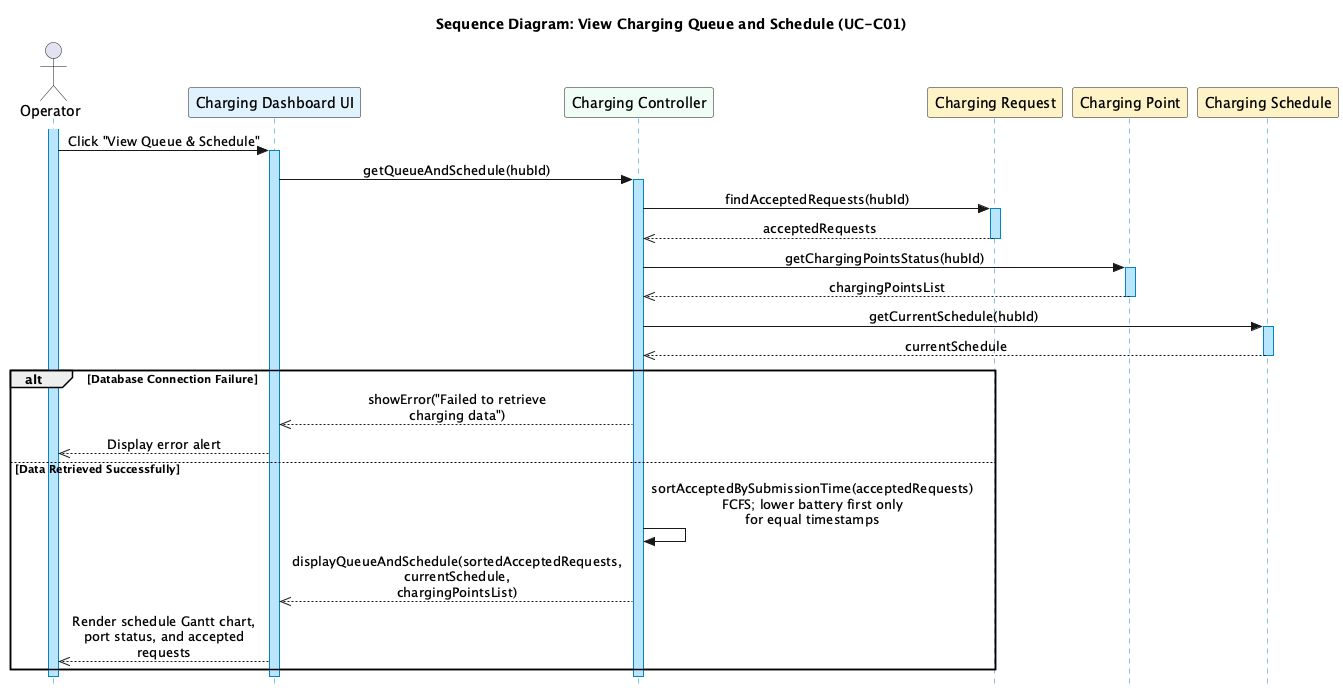
This is docs/submission-2/sequence-diagrams/smart-charging/SD_ViewChargingQueue.png from thanhpham1108/smart-e-mobility-hub, a PlantUML export, as it was before one commit.
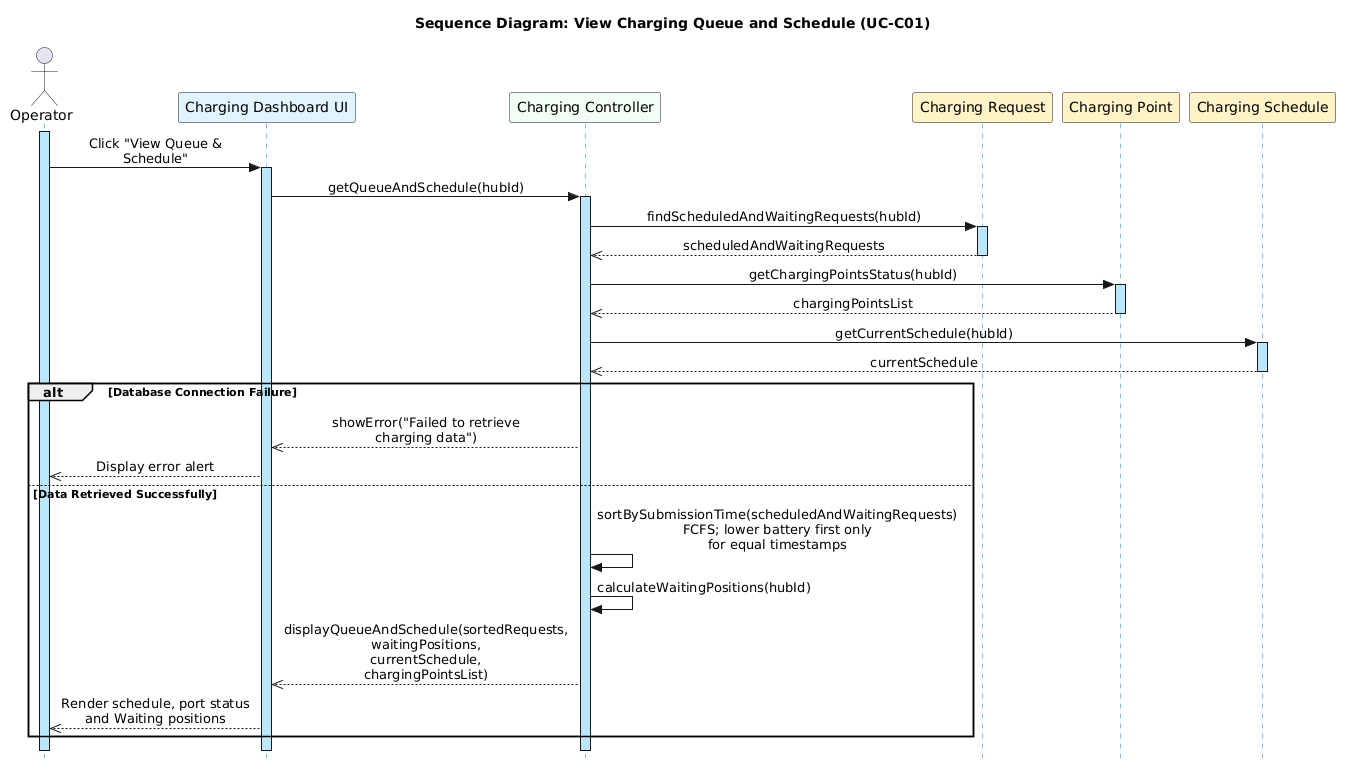
After the commit.

What changed in the source:
```diff
@@ -1,6 +1,7 @@
 @startuml SD_ViewChargingQueue
 skinparam style strictuml
 skinparam sequenceMessageAlign center
+skinparam linetype ortho
 skinparam boxPadding 10
 skinparam maxMessageSize 200
 
@@ -23,9 +24,9 @@
 UI -> Ctrl : getQueueAndSchedule(hubId)
 activate Ctrl
 
-Ctrl -> Req : findAcceptedRequests(hubId)
+Ctrl -> Req : findScheduledAndWaitingRequests(hubId)
 activate Req
-Req -->> Ctrl : acceptedRequests
+Req -->> Ctrl : scheduledAndWaitingRequests
 deactivate Req
 
 Ctrl -> Point : getChargingPointsStatus(hubId)
@@ -42,9 +43,10 @@
     Ctrl -->> UI : showError("Failed to retrieve charging data")
     UI -->> Op : Display error alert
 else Data Retrieved Successfully
-    Ctrl -> Ctrl : sortAcceptedBySubmissionTime(acceptedRequests)\nFCFS; lower battery first only for equal timestamps
-    Ctrl -->> UI : displayQueueAndSchedule(sortedAcceptedRequests, currentSchedule, chargingPointsList)
-    UI -->> Op : Render schedule Gantt chart, port status, and accepted requests
+    Ctrl -> Ctrl : sortBySubmissionTime(scheduledAndWaitingRequests)\nFCFS; lower battery first only for equal timestamps
+    Ctrl -> Ctrl : calculateWaitingPositions(hubId)
+    Ctrl -->> UI : displayQueueAndSchedule(sortedRequests, waitingPositions, currentSchedule, chargingPointsList)
+    UI -->> Op : Render schedule, port status and Waiting positions
 end
 
 deactivate Ctrl
```
